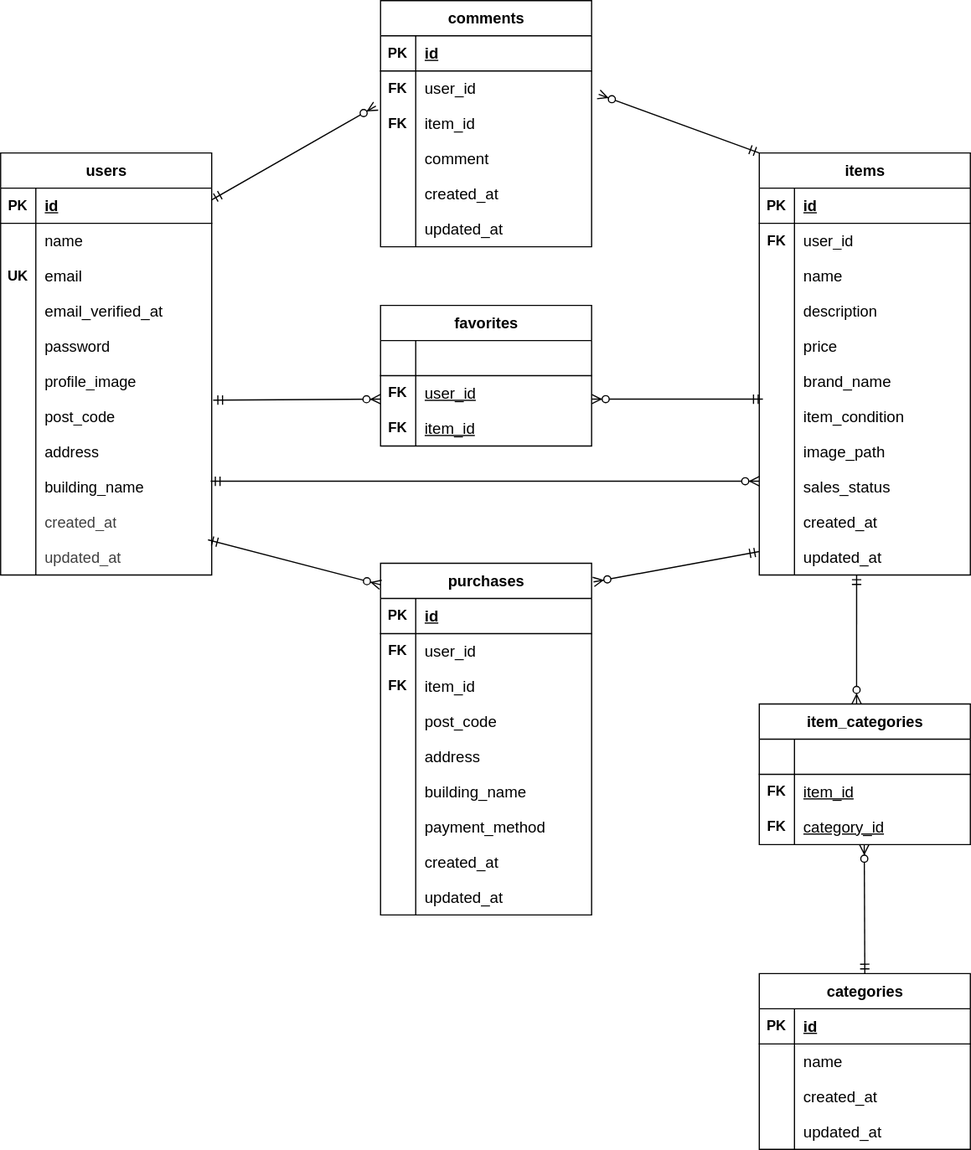
This is images/table.svg from uraurasan/free-market, a draw.io export, as it was before one commit. Source tidied: cells renumbered, new cells last; positions are measured from the earlier drawing's top-left corner, leaving out a move shared by most shapes.
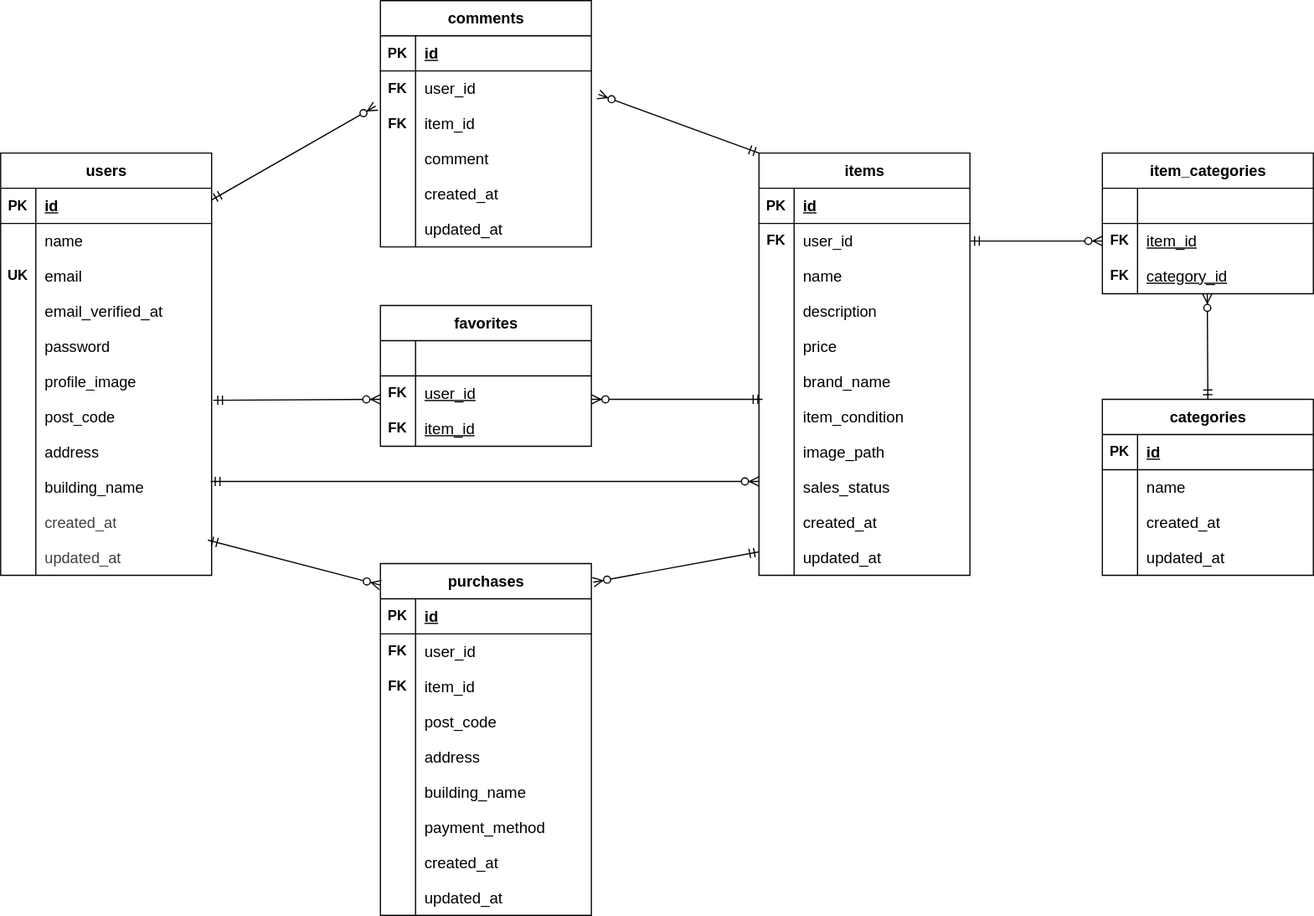
After the change.

The edit, as a diff of the source:
```diff
@@ -207,7 +207,7 @@
       <mxGeometry x="30" width="150" height="30" as="geometry" />
     </mxCell>
     <mxCell id="70" value="&lt;font style=&quot;font-size: 13px;&quot;&gt;categories&lt;/font&gt;" style="shape=table;startSize=30;rowLines=0;fontStyle=1;align=center;html=1;" parent="1" vertex="1">
-      <mxGeometry x="647" y="830" width="180" height="150" as="geometry" />
+      <mxGeometry x="940" y="340" width="180" height="150" as="geometry" />
     </mxCell>
     <mxCell id="71" style="shape=tableRow;horizontal=0;startSize=0;swimlaneHead=0;swimlaneBody=0;fillColor=none;top=0;left=0;right=0;bottom=1;" parent="70" vertex="1">
       <mxGeometry y="30" width="180" height="30" as="geometry" />
@@ -246,7 +246,7 @@
       <mxGeometry x="30" width="150" height="30" as="geometry" />
     </mxCell>
     <mxCell id="83" value="&lt;font style=&quot;font-size: 13px;&quot;&gt;item_categories&lt;/font&gt;" style="shape=table;startSize=30;rowLines=0;fontStyle=1;align=center;html=1;" parent="1" vertex="1">
-      <mxGeometry x="647" y="600" width="180" height="120" as="geometry" />
+      <mxGeometry x="940" y="130" width="180" height="120" as="geometry" />
     </mxCell>
     <mxCell id="84" style="shape=tableRow;horizontal=0;startSize=0;swimlaneHead=0;swimlaneBody=0;fillColor=none;top=0;left=0;right=0;bottom=1;" parent="83" vertex="1">
       <mxGeometry y="30" width="180" height="30" as="geometry" />
@@ -482,15 +482,14 @@
         <mxPoint x="504" y="340" as="targetPoint" />
       </mxGeometry>
     </mxCell>
-    <mxCell id="157" style="fontSize=12;html=1;endArrow=ERzeroToMany;startArrow=ERmandOne;entryX=1.009;entryY=0.053;entryDx=0;entryDy=0;entryPerimeter=0;exitX=0.5;exitY=0;exitDx=0;exitDy=0;" parent="1" edge="1" source="70">
+    <mxCell id="157" style="fontSize=12;html=1;endArrow=ERzeroToMany;startArrow=ERmandOne;" parent="1" edge="1">
       <mxGeometry relative="1" as="geometry">
-        <mxPoint x="736.5" y="720" as="targetPoint" />
+        <mxPoint x="1030" y="340" as="sourcePoint" />
+        <mxPoint x="1029.5" y="250" as="targetPoint" />
       </mxGeometry>
     </mxCell>
-    <mxCell id="158" style="fontSize=12;html=1;endArrow=ERzeroToMany;startArrow=ERmandOne;entryX=0.461;entryY=0;entryDx=0;entryDy=0;entryPerimeter=0;" parent="1" edge="1" target="83">
-      <mxGeometry relative="1" as="geometry">
-        <mxPoint x="730" y="490" as="sourcePoint" />
-      </mxGeometry>
+    <mxCell id="158" style="fontSize=12;html=1;endArrow=ERzeroToMany;startArrow=ERmandOne;entryX=0;entryY=0.5;entryDx=0;entryDy=0;exitX=1;exitY=0.5;exitDx=0;exitDy=0;" parent="1" edge="1" source="40" target="87">
+      <mxGeometry relative="1" as="geometry" />
     </mxCell>
   </root>
 </mxGraphModel>
```
